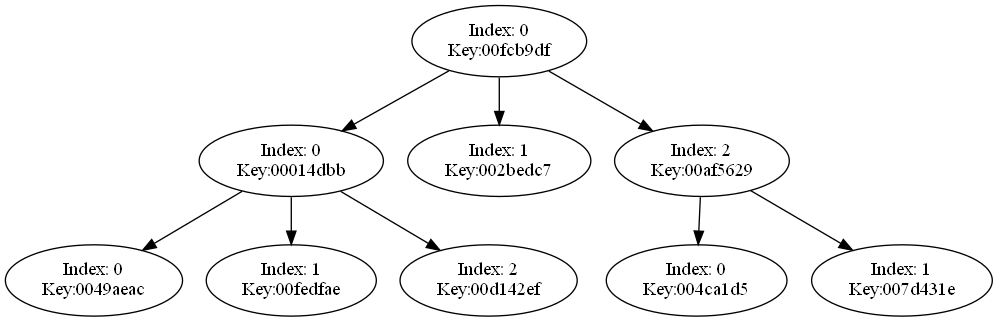
Before: wallet.dot.png, a diagram exported from Graphviz (Millennial-Mind/HD-Wallet-BTC). Its source is kept beside it as wallet.dot.
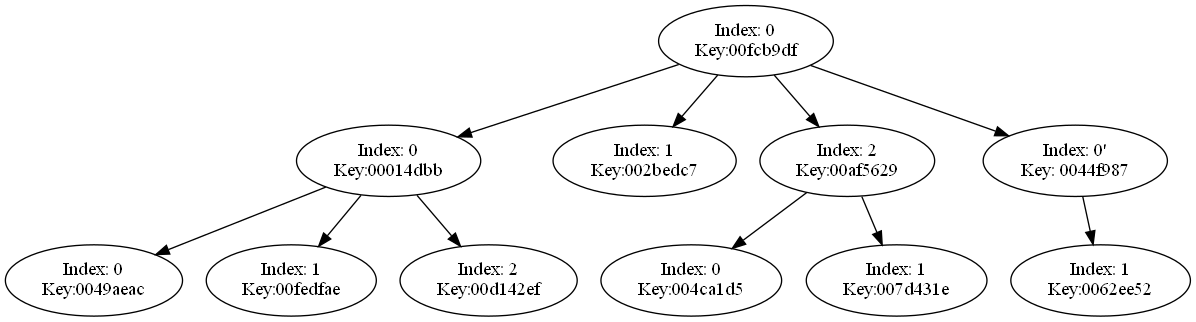
After the commit.

Diff of the diagram source:
```diff
@@ -17,6 +17,10 @@
 Key:004ca1d5";
     "Index: 1
 Key:007d431e";
+    "Index: 0'
+Key: 0044f987";
+    "Index: 1
+Key:0062ee52";
     "Index: 0
 Key:00fcb9df" -> "Index: 0
 Key:00014dbb";
@@ -26,6 +30,9 @@
     "Index: 0
 Key:00fcb9df" -> "Index: 2
 Key:00af5629";
+    "Index: 0
+Key:00fcb9df" -> "Index: 0'
+Key: 0044f987";
     "Index: 0
 Key:00014dbb" -> "Index: 0
 Key:0049aeac";
@@ -41,4 +48,7 @@
     "Index: 2
 Key:00af5629" -> "Index: 1
 Key:007d431e";
+    "Index: 0'
+Key: 0044f987" -> "Index: 1
+Key:0062ee52";
 }
```
